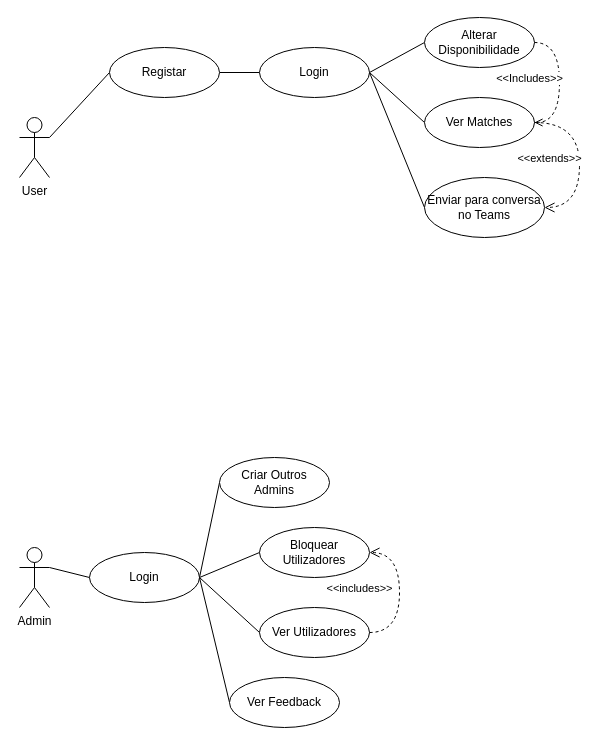
Before: CesaeBoleiasDiagramaDeUso.drawio in Licinio14/licinio, a draw.io diagram. Source tidied: cells renumbered, new cells numbered last; positions are measured from the earlier drawing's top-left corner, leaving out a move shared by most shapes. Both pictures are drawn from the tidied source at 100%, with x=0, y=0 at pixel (19, 17).
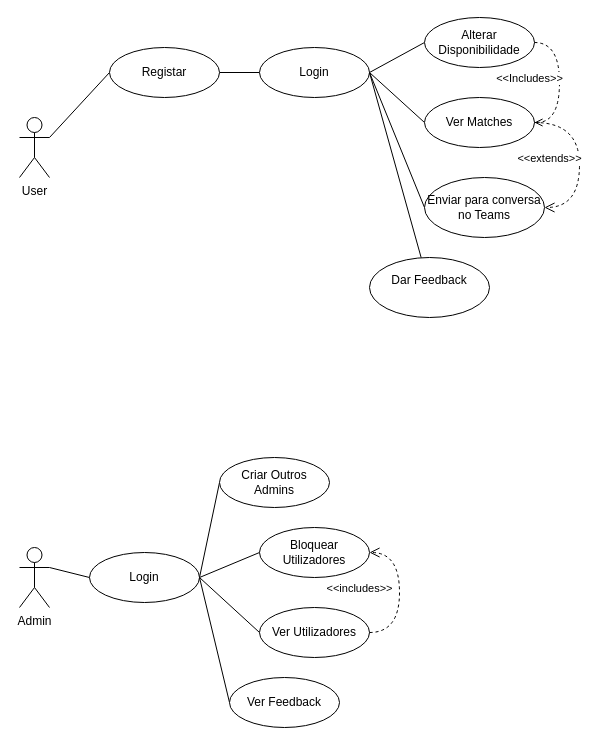
Above is the later version.

The change refers to these unchanged cells:
```xml
<mxCell id="7" value="Login" style="ellipse;whiteSpace=wrap;html=1;" parent="1" vertex="1">
  <mxGeometry x="240" y="30" width="110" height="50" as="geometry" />
</mxCell>
```

Diff of the diagram source:
```diff
@@
+    <mxCell id="27" style="rounded=0;jettySize=auto;html=1;entryX=1;entryY=0.5;entryDx=0;entryDy=0;endArrow=none;endFill=0;" parent="1" edge="1" source="28" target="7">
+      <mxGeometry relative="1" as="geometry" />
+    </mxCell>
+    <mxCell id="28" value="Dar Feedback&lt;div&gt;&lt;br&gt;&lt;/div&gt;" style="ellipse;whiteSpace=wrap;html=1;" parent="1" vertex="1">
+      <mxGeometry x="350" y="240" width="120" height="60" as="geometry" />
+    </mxCell>
```
